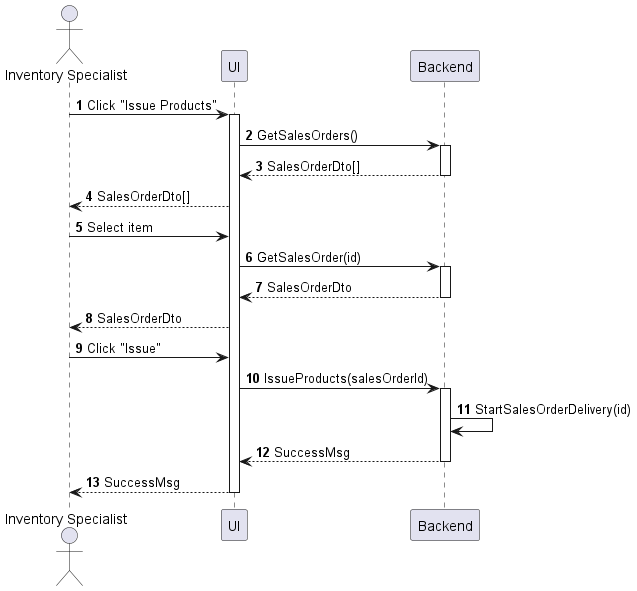
Before: Lab1/Lab1.2/sequences/inventory-product-issue.png, a diagram exported from PlantUML (phihungha/SE357-Practice-class).
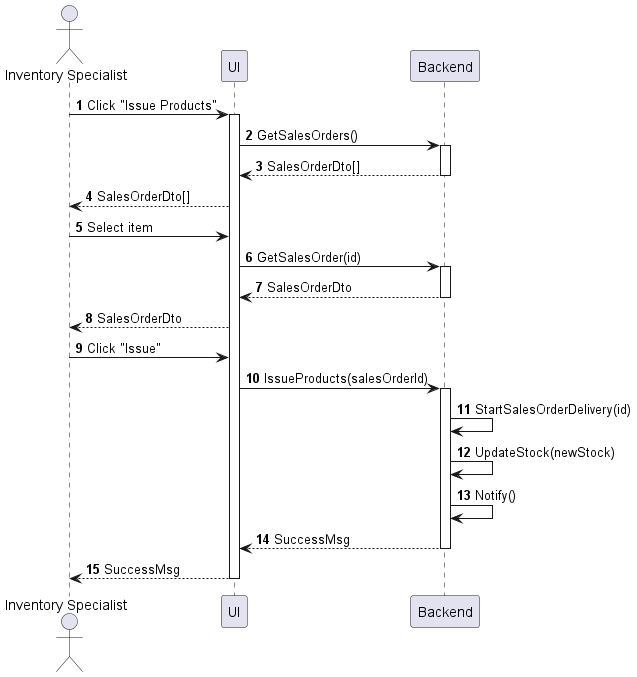
Later version of the same file.

Change to the diagram source:
```diff
@@ -20,6 +20,8 @@
 f -> b : IssueProducts(salesOrderId)
 activate b
 b -> b : StartSalesOrderDelivery(id)
+b -> b : UpdateStock(newStock)
+b -> b : Notify()
 return SuccessMsg
 return SuccessMsg
 @enduml
```
